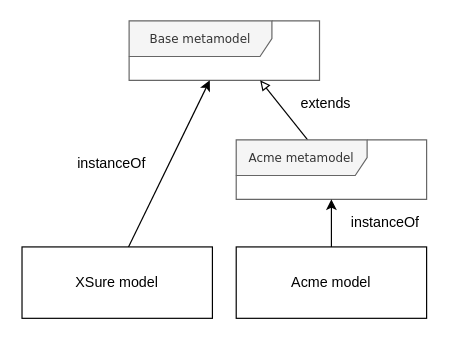
labsticc-p4s/multi-process-challenge keeps this draw.io diagram as Figures/MultilevelArchitecture.drawio. Above is the earlier version. Source tidied: cells renumbered, new cells numbered last; positions are measured from the earlier drawing's top-left corner, leaving out a move shared by most shapes. Both pictures are drawn from the tidied source at 119%, with x=0, y=0 at pixel (21, 20).
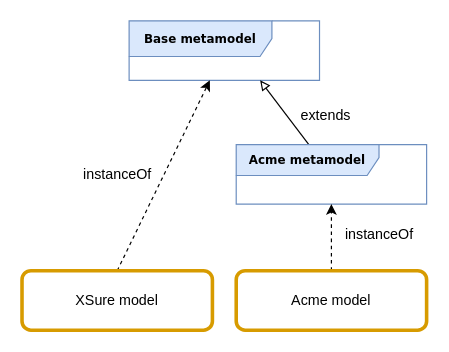
The same page after the edit.

Change to the diagram source:
```diff
@@
 <mxGraphModel background="#ffffff">
   <root>
     <mxCell id="0" />
     <mxCell id="1" parent="0" />
-    <mxCell id="2" value="Base metamodel" style="shape=umlFrame;whiteSpace=wrap;html=1;rounded=0;shadow=0;comic=0;labelBackgroundColor=none;strokeWidth=1;fontFamily=Verdana;fontSize=10;align=center;width=120;height=30;fillColor=#f5f5f5;strokeColor=#666666;fontColor=#333333;" parent="1" vertex="1">
+    <mxCell id="2" value="&lt;b&gt;Base metamodel&lt;/b&gt;" style="shape=umlFrame;whiteSpace=wrap;html=1;rounded=0;shadow=0;comic=0;labelBackgroundColor=none;strokeWidth=1;fontFamily=Verdana;fontSize=10;align=center;width=120;height=30;fillColor=#dae8fc;strokeColor=#6c8ebf;" parent="1" vertex="1">
       <mxGeometry x="90" width="160" height="50" as="geometry" />
     </mxCell>
-    <mxCell id="3" style="rounded=0;jettySize=auto;html=1;exitX=0.556;exitY=0.017;exitDx=0;exitDy=0;exitPerimeter=0;" parent="1" edge="1" source="11" target="2">
+    <mxCell id="3" style="rounded=0;jettySize=auto;html=1;exitX=0.5;exitY=0;exitDx=0;exitDy=0;dashed=1;" parent="1" edge="1" source="11" target="2">
       <mxGeometry relative="1" as="geometry" />
     </mxCell>
     <mxCell id="4" style="edgeStyle=none;rounded=0;jettySize=auto;html=1;entryX=0.688;entryY=1;entryDx=0;entryDy=0;entryPerimeter=0;endArrow=block;endFill=0;" parent="1" edge="1" source="5" target="2">
       <mxGeometry relative="1" as="geometry" />
     </mxCell>
-    <mxCell id="5" value="Acme metamodel" style="shape=umlFrame;whiteSpace=wrap;html=1;rounded=0;shadow=0;comic=0;labelBackgroundColor=none;strokeWidth=1;fontFamily=Verdana;fontSize=10;align=center;width=110;height=30;fillColor=#f5f5f5;strokeColor=#666666;fontColor=#333333;" parent="1" vertex="1">
-      <mxGeometry x="180" y="100" width="160" height="50" as="geometry" />
+    <mxCell id="5" value="&lt;b&gt;Acme metamodel&lt;/b&gt;" style="shape=umlFrame;whiteSpace=wrap;html=1;rounded=0;shadow=0;comic=0;labelBackgroundColor=none;strokeWidth=1;fontFamily=Verdana;fontSize=10;align=center;width=120;height=26;fillColor=#dae8fc;strokeColor=#6c8ebf;" parent="1" vertex="1">
+      <mxGeometry x="180" y="104" width="160" height="50" as="geometry" />
     </mxCell>
     <mxCell id="6" value="instanceOf" style="text;html=1;align=center;verticalAlign=middle;strokeColor=none;" parent="1" vertex="1">
-      <mxGeometry x="40" y="110" width="70" height="20" as="geometry" />
+      <mxGeometry x="45" y="119" width="70" height="20" as="geometry" />
     </mxCell>
-    <mxCell id="7" style="rounded=0;jettySize=auto;html=1;" parent="1" edge="1" target="5">
-      <mxGeometry relative="1" as="geometry">
-        <mxPoint x="260" y="247" as="sourcePoint" />
-      </mxGeometry>
+    <mxCell id="7" style="rounded=0;jettySize=auto;html=1;exitX=0.5;exitY=0;exitDx=0;exitDy=0;dashed=1;" parent="1" edge="1" source="10" target="5">
+      <mxGeometry relative="1" as="geometry" />
     </mxCell>
     <mxCell id="8" value="instanceOf" style="text;html=1;align=center;verticalAlign=middle;strokeColor=none;" parent="1" vertex="1">
-      <mxGeometry x="270" y="160" width="70" height="20" as="geometry" />
+      <mxGeometry x="265" y="170" width="70" height="20" as="geometry" />
     </mxCell>
     <mxCell id="9" value="extends" style="text;html=1;align=center;verticalAlign=middle;strokeColor=none;" parent="1" vertex="1">
-      <mxGeometry x="225" y="60" width="60" height="20" as="geometry" />
+      <mxGeometry x="225" y="70" width="60" height="20" as="geometry" />
     </mxCell>
+    <mxCell id="11" value="XSure model" style="rounded=1;whiteSpace=wrap;html=1;fillColor=none;strokeColor=#d79b00;strokeWidth=3;" parent="1" vertex="1">
+      <mxGeometry y="210" width="160" height="50" as="geometry" />
+    </mxCell>
-    <mxCell id="10" value="Acme model" style="rounded=0;whiteSpace=wrap;html=1;" parent="1" vertex="1">
-      <mxGeometry x="180" y="190" width="160" height="60" as="geometry" />
+    <mxCell id="10" value="Acme model" style="rounded=1;whiteSpace=wrap;html=1;fillColor=none;strokeColor=#d79b00;strokeWidth=3;" parent="1" vertex="1">
+      <mxGeometry x="180" y="210" width="160" height="50" as="geometry" />
     </mxCell>
-    <mxCell id="11" value="XSure model" style="rounded=0;whiteSpace=wrap;html=1;" parent="1" vertex="1">
-      <mxGeometry y="190" width="160" height="60" as="geometry" />
-    </mxCell>
   </root>
 </mxGraphModel>
```
